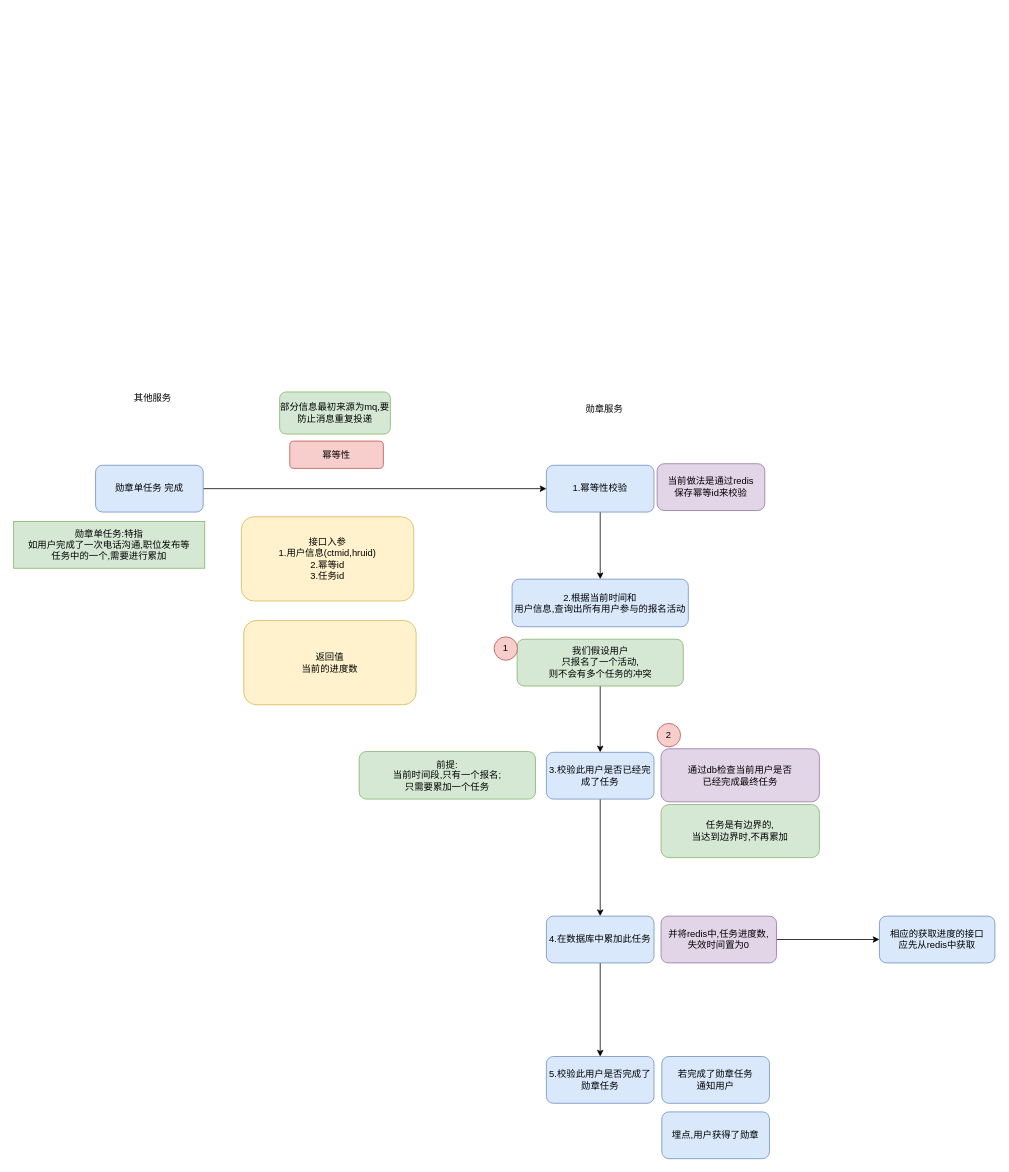
Earlier version of the draw.io diagram page "累加任务" (2 of 3) of job51/activity_medal.drawio (yufarui/simple_picture). Source tidied: cells renumbered, new cells numbered last; positions are measured from the earlier drawing's top-left corner, leaving out a move shared by most shapes. Both pictures are drawn from the tidied source at 78%, with x=0, y=0 at pixel (13, 388).
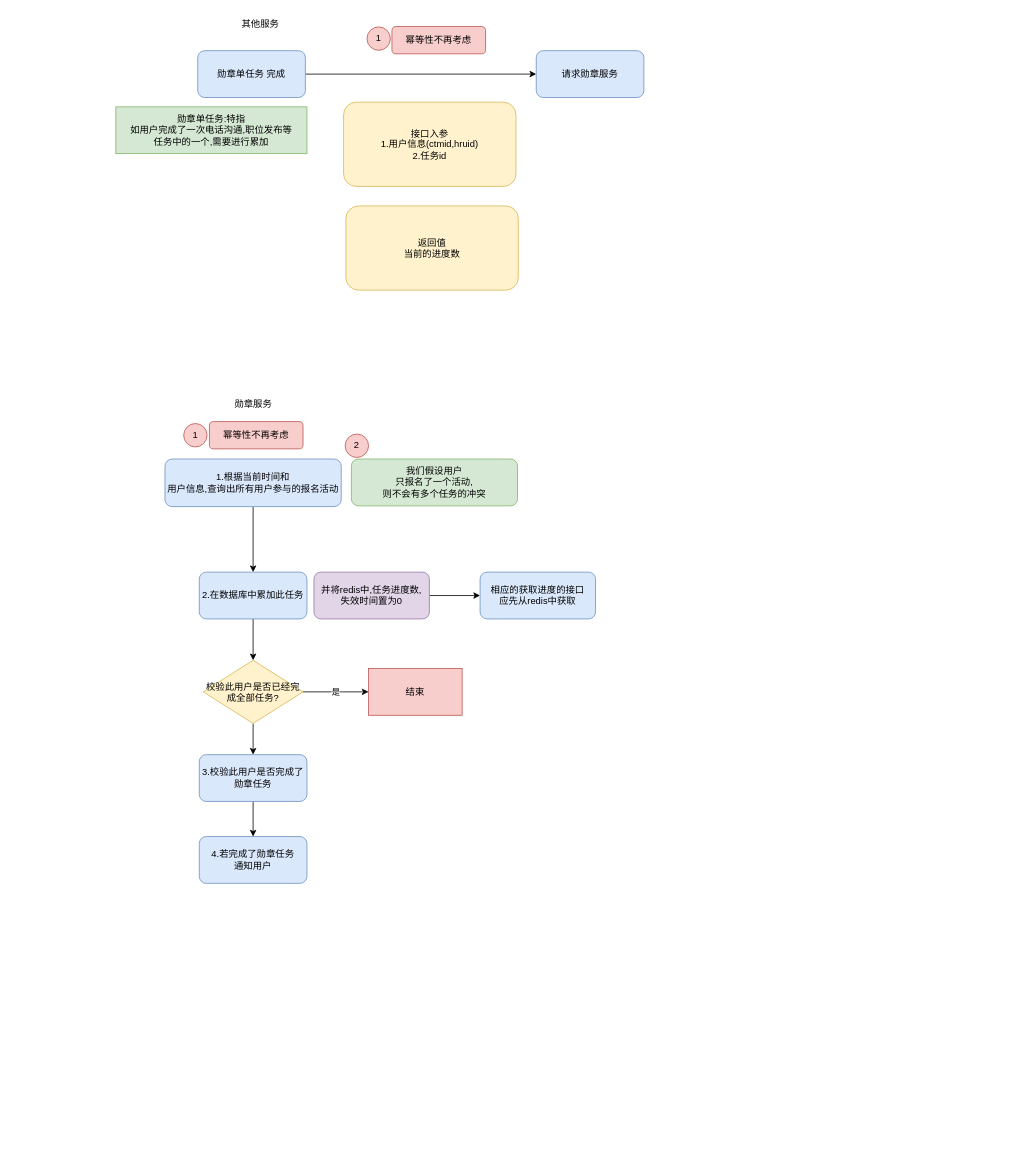
Above is the later version.

Change to the diagram source:
```diff
@@
-    <mxCell id="2" style="edgeStyle=orthogonalEdgeStyle;rounded=0;jettySize=auto;html=1;exitX=1;exitY=0.5;exitDx=0;exitDy=0;entryX=0;entryY=0.5;entryDx=0;entryDy=0;" parent="1" edge="1" source="3" target="7">
-      <mxGeometry relative="1" as="geometry" />
-    </mxCell>
+    <mxCell id="8" value="勋章服务" style="text;html=1;align=center;verticalAlign=middle;strokeColor=none;fillColor=none;" parent="1" vertex="1">
+      <mxGeometry x="274" y="8" width="66" height="26" as="geometry" />
+    </mxCell>
+    <mxCell id="32" style="edgeStyle=orthogonalEdgeStyle;rounded=0;jettySize=auto;html=1;exitX=0.5;exitY=1;exitDx=0;exitDy=0;entryX=0.5;entryY=0;entryDx=0;entryDy=0;" parent="1" edge="1" source="12" target="24">
+      <mxGeometry relative="1" as="geometry" />
+    </mxCell>
+    <mxCell id="12" value="1.根据当前时间和&lt;br&gt;用户信息,查询出所有用户参与的报名活动" style="rounded=1;whiteSpace=wrap;html=1;fillColor=#dae8fc;strokeColor=#6c8ebf;" parent="1" vertex="1">
+      <mxGeometry x="194" y="91" width="226" height="61" as="geometry" />
+    </mxCell>
+    <mxCell id="14" value="我们假设用户&lt;br&gt;只报名了一个活动,&lt;br&gt;则不会有多个任务的冲突" style="rounded=1;whiteSpace=wrap;html=1;fillColor=#d5e8d4;strokeColor=#82b366;" parent="1" vertex="1">
+      <mxGeometry x="433" y="91" width="213" height="60" as="geometry" />
+    </mxCell>
+    <mxCell id="15" value="2" style="ellipse;whiteSpace=wrap;html=1;fillColor=#f8cecc;strokeColor=#b85450;" parent="1" vertex="1">
+      <mxGeometry x="425" y="59" width="30" height="30" as="geometry" />
+    </mxCell>
+    <mxCell id="33" style="edgeStyle=orthogonalEdgeStyle;rounded=0;jettySize=auto;html=1;exitX=0.5;exitY=1;exitDx=0;exitDy=0;entryX=0.5;entryY=0;entryDx=0;entryDy=0;" parent="1" edge="1" source="24" target="37">
+      <mxGeometry relative="1" as="geometry" />
+    </mxCell>
+    <mxCell id="24" value="2.在数据库中累加此任务" style="rounded=1;whiteSpace=wrap;html=1;fillColor=#dae8fc;strokeColor=#6c8ebf;" parent="1" vertex="1">
+      <mxGeometry x="238" y="236" width="138" height="60" as="geometry" />
+    </mxCell>
+    <mxCell id="25" style="edgeStyle=orthogonalEdgeStyle;rounded=0;jettySize=auto;html=1;entryX=0;entryY=0.5;entryDx=0;entryDy=0;" parent="1" edge="1" source="26" target="30">
+      <mxGeometry relative="1" as="geometry" />
+    </mxCell>
+    <mxCell id="26" value="并将redis中,任务进度数,&lt;br&gt;失效时间置为0" style="rounded=1;whiteSpace=wrap;html=1;fillColor=#e1d5e7;strokeColor=#9673a6;" parent="1" vertex="1">
+      <mxGeometry x="385" y="236" width="148" height="60" as="geometry" />
+    </mxCell>
+    <mxCell id="34" style="edgeStyle=orthogonalEdgeStyle;rounded=0;jettySize=auto;html=1;" parent="1" edge="1" source="27" target="28">
+      <mxGeometry relative="1" as="geometry" />
+    </mxCell>
+    <mxCell id="27" value="3.校验此用户是否完成了勋章任务" style="rounded=1;whiteSpace=wrap;html=1;fillColor=#dae8fc;strokeColor=#6c8ebf;" parent="1" vertex="1">
+      <mxGeometry x="238" y="470" width="138" height="60" as="geometry" />
+    </mxCell>
+    <mxCell id="28" value="4.若完成了勋章任务&lt;br&gt;通知用户" style="rounded=1;whiteSpace=wrap;html=1;fillColor=#dae8fc;strokeColor=#6c8ebf;" parent="1" vertex="1">
+      <mxGeometry x="238" y="575" width="138" height="60" as="geometry" />
+    </mxCell>
+    <mxCell id="30" value="相应的获取进度的接口&lt;br&gt;应先从redis中获取" style="rounded=1;whiteSpace=wrap;html=1;fillColor=#dae8fc;strokeColor=#6c8ebf;" parent="1" vertex="1">
+      <mxGeometry x="598" y="236" width="148" height="60" as="geometry" />
+    </mxCell>
+    <mxCell id="35" value="是" style="edgeStyle=orthogonalEdgeStyle;rounded=0;jettySize=auto;html=1;" parent="1" edge="1" source="37" target="38">
+      <mxGeometry relative="1" as="geometry" />
+    </mxCell>
+    <mxCell id="36" style="edgeStyle=orthogonalEdgeStyle;rounded=0;jettySize=auto;html=1;" parent="1" edge="1" source="37" target="27">
+      <mxGeometry relative="1" as="geometry" />
+    </mxCell>
+    <mxCell id="37" value="校验此用户是否已经完成全部任务?" style="rhombus;whiteSpace=wrap;html=1;fontSize=12;strokeColor=#d6b656;fillColor=#fff2cc;" parent="1" vertex="1">
+      <mxGeometry x="243" y="349" width="128" height="81" as="geometry" />
+    </mxCell>
+    <mxCell id="38" value="结束" style="whiteSpace=wrap;html=1;fillColor=#f8cecc;strokeColor=#b85450;" parent="1" vertex="1">
+      <mxGeometry x="455" y="359.5" width="120" height="60" as="geometry" />
+    </mxCell>
+    <mxCell id="39" value="幂等性不再考虑" style="rounded=1;whiteSpace=wrap;html=1;fillColor=#f8cecc;strokeColor=#b85450;" parent="1" vertex="1">
+      <mxGeometry x="251" y="43" width="120" height="35" as="geometry" />
+    </mxCell>
+    <mxCell id="40" value="1" style="ellipse;whiteSpace=wrap;html=1;fillColor=#f8cecc;strokeColor=#b85450;" parent="1" vertex="1">
+      <mxGeometry x="218" y="45.5" width="30" height="30" as="geometry" />
+    </mxCell>
+    <mxCell id="41" style="edgeStyle=orthogonalEdgeStyle;rounded=0;jettySize=auto;html=1;" parent="1" edge="1" source="3" target="45">
+      <mxGeometry relative="1" as="geometry" />
+    </mxCell>
     <mxCell id="3" value="勋章单任务 完成" style="rounded=1;whiteSpace=wrap;html=1;fillColor=#dae8fc;strokeColor=#6c8ebf;" parent="1" vertex="1">
-      <mxGeometry x="105" y="99" width="138" height="60" as="geometry" />
+      <mxGeometry x="236" y="-432.5" width="138" height="60" as="geometry" />
     </mxCell>
     <mxCell id="4" value="勋章单任务:特指&lt;br&gt;如用户完成了一次电话沟通,职位发布等&lt;br&gt;任务中的一个,需要进行累加" style="rounded=0;whiteSpace=wrap;html=1;fontSize=12;strokeColor=#82b366;fillColor=#d5e8d4;" parent="1" vertex="1">
-      <mxGeometry y="171" width="245" height="60" as="geometry" />
+      <mxGeometry x="131" y="-360.5" width="245" height="60" as="geometry" />
     </mxCell>
     <mxCell id="5" value="其他服务" style="text;html=1;align=center;verticalAlign=middle;strokeColor=none;fillColor=none;" parent="1" vertex="1">
-      <mxGeometry x="145" width="66" height="26" as="geometry" />
+      <mxGeometry x="283" y="-480" width="66" height="26" as="geometry" />
     </mxCell>
-    <mxCell id="6" style="edgeStyle=orthogonalEdgeStyle;rounded=0;jettySize=auto;html=1;entryX=0.5;entryY=0;entryDx=0;entryDy=0;" parent="1" edge="1" source="7" target="12">
-      <mxGeometry relative="1" as="geometry" />
-    </mxCell>
-    <mxCell id="7" value="1.幂等性校验" style="rounded=1;whiteSpace=wrap;html=1;fillColor=#dae8fc;strokeColor=#6c8ebf;" parent="1" vertex="1">
-      <mxGeometry x="683" y="99" width="138" height="60" as="geometry" />
-    </mxCell>
-    <mxCell id="8" value="勋章服务" style="text;html=1;align=center;verticalAlign=middle;strokeColor=none;fillColor=none;" parent="1" vertex="1">
-      <mxGeometry x="724" y="14" width="66" height="26" as="geometry" />
-    </mxCell>
-    <mxCell id="9" value="幂等性" style="rounded=1;whiteSpace=wrap;html=1;fillColor=#f8cecc;strokeColor=#b85450;" parent="1" vertex="1">
-      <mxGeometry x="354" y="68" width="120" height="35" as="geometry" />
-    </mxCell>
-    <mxCell id="10" value="部分信息最初来源为mq,要防止消息重复投递" style="rounded=1;whiteSpace=wrap;html=1;fillColor=#d5e8d4;strokeColor=#82b366;" parent="1" vertex="1">
-      <mxGeometry x="341" y="5" width="142" height="54" as="geometry" />
-    </mxCell>
-    <mxCell id="11" value="接口入参&lt;br&gt;1.用户信息(ctmid,hruid)&lt;br&gt;2.幂等id&lt;br&gt;3.任务id" style="rounded=1;whiteSpace=wrap;html=1;fillColor=#fff2cc;strokeColor=#d6b656;" parent="1" vertex="1">
-      <mxGeometry x="292" y="165" width="221" height="108" as="geometry" />
-    </mxCell>
-    <mxCell id="12" value="2.根据当前时间和&lt;br&gt;用户信息,查询出所有用户参与的报名活动" style="rounded=1;whiteSpace=wrap;html=1;fillColor=#dae8fc;strokeColor=#6c8ebf;" parent="1" vertex="1">
-      <mxGeometry x="639" y="245" width="226" height="61" as="geometry" />
-    </mxCell>
-    <mxCell id="13" style="edgeStyle=orthogonalEdgeStyle;rounded=0;jettySize=auto;html=1;" parent="1" edge="1" source="14" target="19">
-      <mxGeometry relative="1" as="geometry" />
-    </mxCell>
-    <mxCell id="14" value="我们假设用户&lt;br&gt;只报名了一个活动,&lt;br&gt;则不会有多个任务的冲突" style="rounded=1;whiteSpace=wrap;html=1;fillColor=#d5e8d4;strokeColor=#82b366;" parent="1" vertex="1">
-      <mxGeometry x="645.5" y="322" width="213" height="60" as="geometry" />
-    </mxCell>
-    <mxCell id="15" value="1" style="ellipse;whiteSpace=wrap;html=1;fillColor=#f8cecc;strokeColor=#b85450;" parent="1" vertex="1">
-      <mxGeometry x="616" y="319" width="30" height="30" as="geometry" />
-    </mxCell>
-    <mxCell id="16" value="当前做法是通过redis&lt;br&gt;保存幂等id来校验" style="rounded=1;whiteSpace=wrap;html=1;fillColor=#e1d5e7;strokeColor=#9673a6;" parent="1" vertex="1">
-      <mxGeometry x="825" y="97" width="138" height="60" as="geometry" />
-    </mxCell>
-    <mxCell id="17" value="前提:&lt;br&gt;当前时间段,只有一个报名;&lt;br&gt;只需要累加一个任务" style="rounded=1;whiteSpace=wrap;html=1;fillColor=#d5e8d4;strokeColor=#82b366;" parent="1" vertex="1">
-      <mxGeometry x="443" y="466" width="226" height="61" as="geometry" />
-    </mxCell>
-    <mxCell id="18" style="edgeStyle=orthogonalEdgeStyle;rounded=0;jettySize=auto;html=1;exitX=0.5;exitY=1;exitDx=0;exitDy=0;entryX=0.5;entryY=0;entryDx=0;entryDy=0;" parent="1" edge="1" source="19" target="24">
-      <mxGeometry relative="1" as="geometry" />
-    </mxCell>
-    <mxCell id="19" value="3.校验此用户是否已经完成了任务" style="rounded=1;whiteSpace=wrap;html=1;fillColor=#dae8fc;strokeColor=#6c8ebf;" parent="1" vertex="1">
-      <mxGeometry x="683" y="467" width="138" height="60" as="geometry" />
-    </mxCell>
-    <mxCell id="20" value="通过db检查当前用户是否&lt;br&gt;已经完成最终任务" style="rounded=1;whiteSpace=wrap;html=1;fillColor=#e1d5e7;strokeColor=#9673a6;" parent="1" vertex="1">
-      <mxGeometry x="830" y="462.5" width="203" height="68" as="geometry" />
-    </mxCell>
-    <mxCell id="21" value="任务是有边界的,&lt;br&gt;当达到边界时,不再累加" style="rounded=1;whiteSpace=wrap;html=1;fillColor=#d5e8d4;strokeColor=#82b366;" parent="1" vertex="1">
-      <mxGeometry x="830" y="534" width="203" height="68" as="geometry" />
-    </mxCell>
-    <mxCell id="22" value="2" style="ellipse;whiteSpace=wrap;html=1;fillColor=#f8cecc;strokeColor=#b85450;" parent="1" vertex="1">
-      <mxGeometry x="825" y="430" width="30" height="30" as="geometry" />
-    </mxCell>
-    <mxCell id="23" style="edgeStyle=orthogonalEdgeStyle;rounded=0;jettySize=auto;html=1;entryX=0.5;entryY=0;entryDx=0;entryDy=0;" parent="1" edge="1" source="24" target="27">
-      <mxGeometry relative="1" as="geometry" />
-    </mxCell>
-    <mxCell id="24" value="4.在数据库中累加此任务" style="rounded=1;whiteSpace=wrap;html=1;fillColor=#dae8fc;strokeColor=#6c8ebf;" parent="1" vertex="1">
-      <mxGeometry x="683" y="677" width="138" height="60" as="geometry" />
-    </mxCell>
-    <mxCell id="25" style="edgeStyle=orthogonalEdgeStyle;rounded=0;jettySize=auto;html=1;entryX=0;entryY=0.5;entryDx=0;entryDy=0;" parent="1" edge="1" source="26" target="30">
-      <mxGeometry relative="1" as="geometry" />
-    </mxCell>
-    <mxCell id="26" value="并将redis中,任务进度数,&lt;br&gt;失效时间置为0" style="rounded=1;whiteSpace=wrap;html=1;fillColor=#e1d5e7;strokeColor=#9673a6;" parent="1" vertex="1">
-      <mxGeometry x="830" y="677" width="148" height="60" as="geometry" />
-    </mxCell>
-    <mxCell id="27" value="5.校验此用户是否完成了勋章任务" style="rounded=1;whiteSpace=wrap;html=1;fillColor=#dae8fc;strokeColor=#6c8ebf;" parent="1" vertex="1">
-      <mxGeometry x="683" y="857" width="138" height="60" as="geometry" />
-    </mxCell>
-    <mxCell id="28" value="若完成了勋章任务&lt;br&gt;通知用户" style="rounded=1;whiteSpace=wrap;html=1;fillColor=#dae8fc;strokeColor=#6c8ebf;" parent="1" vertex="1">
-      <mxGeometry x="831" y="857" width="138" height="60" as="geometry" />
-    </mxCell>
-    <mxCell id="29" value="埋点,用户获得了勋章" style="rounded=1;whiteSpace=wrap;html=1;fillColor=#dae8fc;strokeColor=#6c8ebf;" parent="1" vertex="1">
-      <mxGeometry x="831" y="928" width="138" height="60" as="geometry" />
-    </mxCell>
-    <mxCell id="30" value="相应的获取进度的接口&lt;br&gt;应先从redis中获取" style="rounded=1;whiteSpace=wrap;html=1;fillColor=#dae8fc;strokeColor=#6c8ebf;" parent="1" vertex="1">
-      <mxGeometry x="1110" y="677" width="148" height="60" as="geometry" />
-    </mxCell>
+    <mxCell id="42" value="幂等性不再考虑" style="rounded=1;whiteSpace=wrap;html=1;fillColor=#f8cecc;strokeColor=#b85450;" parent="1" vertex="1">
+      <mxGeometry x="485" y="-463.5" width="120" height="35" as="geometry" />
+    </mxCell>
+    <mxCell id="43" value="接口入参&lt;br&gt;1.用户信息(ctmid,hruid)&lt;br&gt;2.任务id" style="rounded=1;whiteSpace=wrap;html=1;fillColor=#fff2cc;strokeColor=#d6b656;" parent="1" vertex="1">
+      <mxGeometry x="423" y="-366.5" width="221" height="108" as="geometry" />
+    </mxCell>
     <mxCell id="31" value="返回值&lt;br&gt;当前的进度数" style="rounded=1;whiteSpace=wrap;html=1;fillColor=#fff2cc;strokeColor=#d6b656;" parent="1" vertex="1">
-      <mxGeometry x="295" y="298" width="221" height="108" as="geometry" />
+      <mxGeometry x="426" y="-233.5" width="221" height="108" as="geometry" />
     </mxCell>
+    <mxCell id="44" value="1" style="ellipse;whiteSpace=wrap;html=1;fillColor=#f8cecc;strokeColor=#b85450;" parent="1" vertex="1">
+      <mxGeometry x="453" y="-463" width="30" height="30" as="geometry" />
+    </mxCell>
+    <mxCell id="45" value="请求勋章服务" style="rounded=1;whiteSpace=wrap;html=1;fillColor=#dae8fc;strokeColor=#6c8ebf;" parent="1" vertex="1">
+      <mxGeometry x="670" y="-432.5" width="138" height="60" as="geometry" />
+    </mxCell>
```
